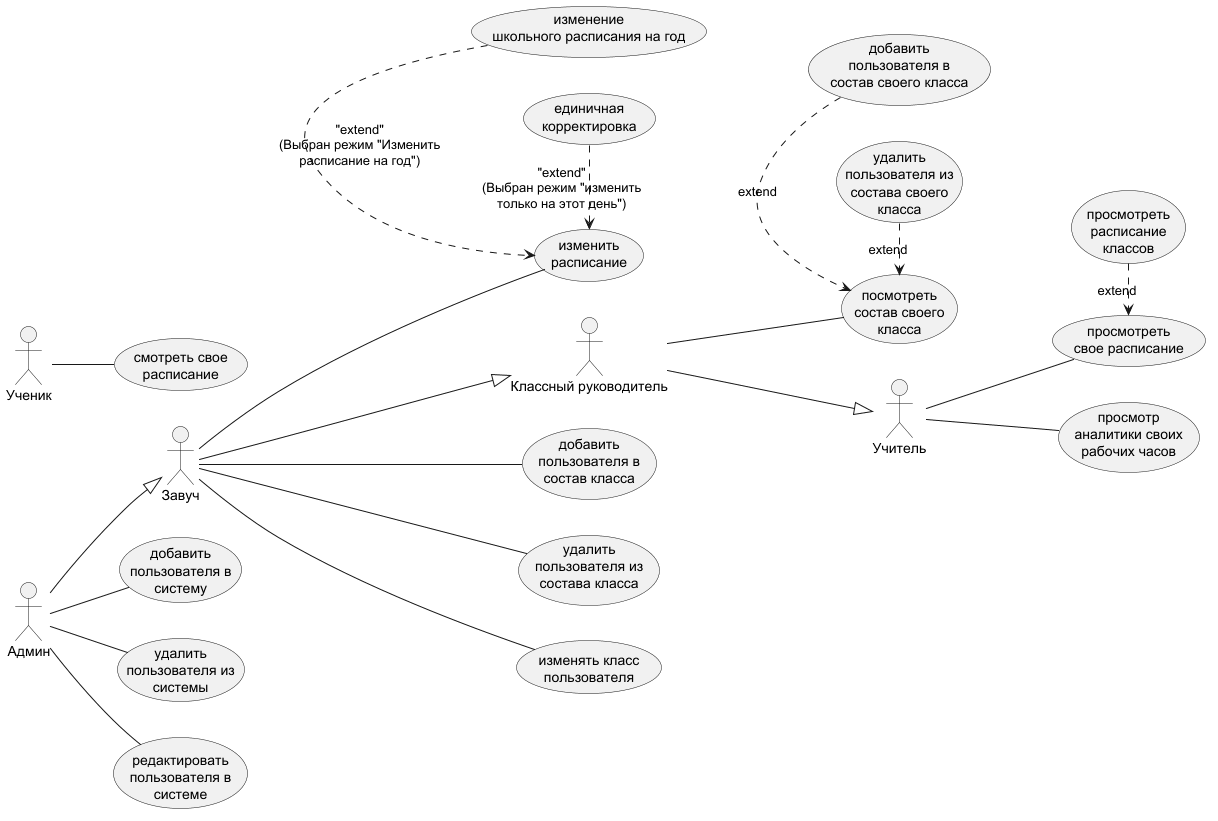
Before: project_name/docs/diagrams/use_case.png, a diagram exported from PlantUML (Tumbertoy/SystemOfSchoolShedule).
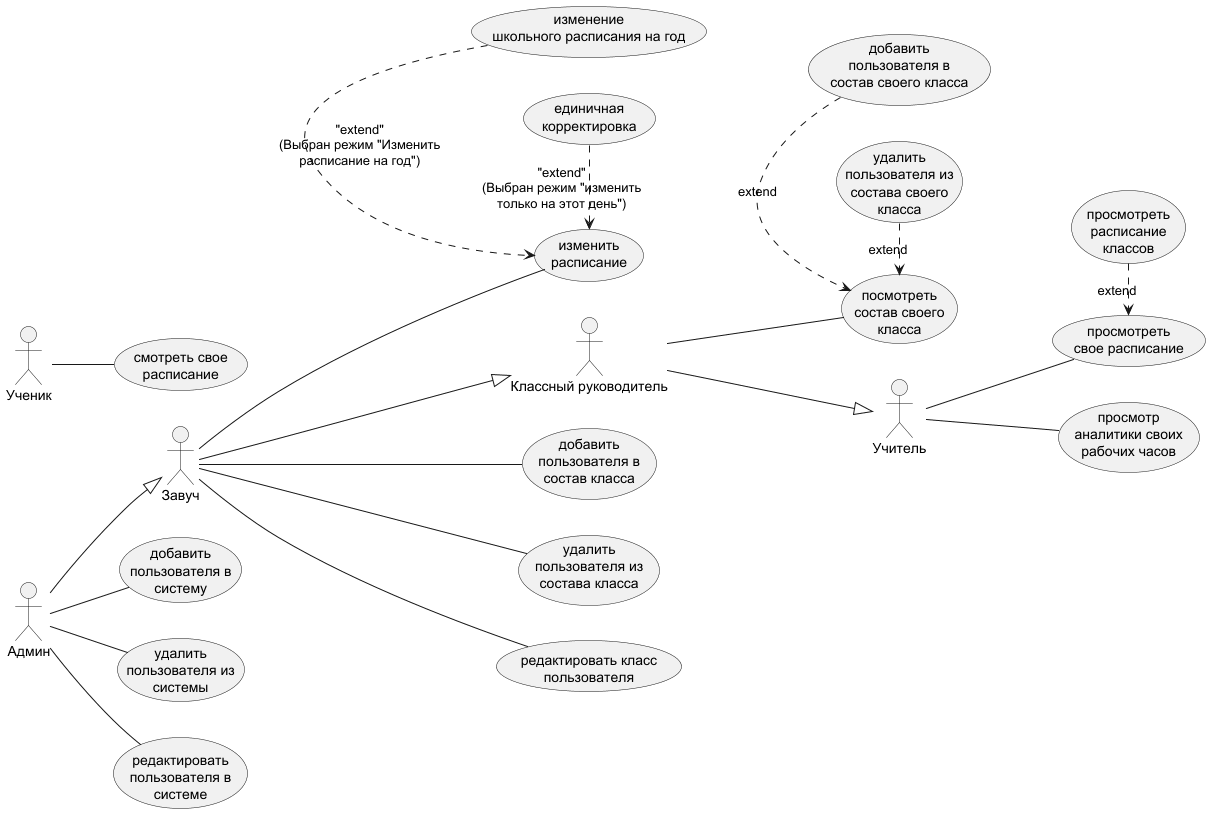
After the change.

Commit message:
docs: update use_case diagram photo

The edit, as a diff of the source:
```diff
@@ -22,7 +22,7 @@
 
 usecase "добавить\nпользователя в\nсостав класса" as uc_add_to_class
 usecase "удалить\nпользователя из\nсостава класса" as uc_del_from_class
-usecase "изменять класс\nпользователя" as uc_change_user_class
+usecase "редактировать класс\nпользователя" as uc_change_user_class
 
 usecase "посмотреть\nсостав своего\nкласса" as uc_view_own_class
 usecase "добавить\nпользователя в\nсостав своего класса" as uc_add_to_own_class
```
